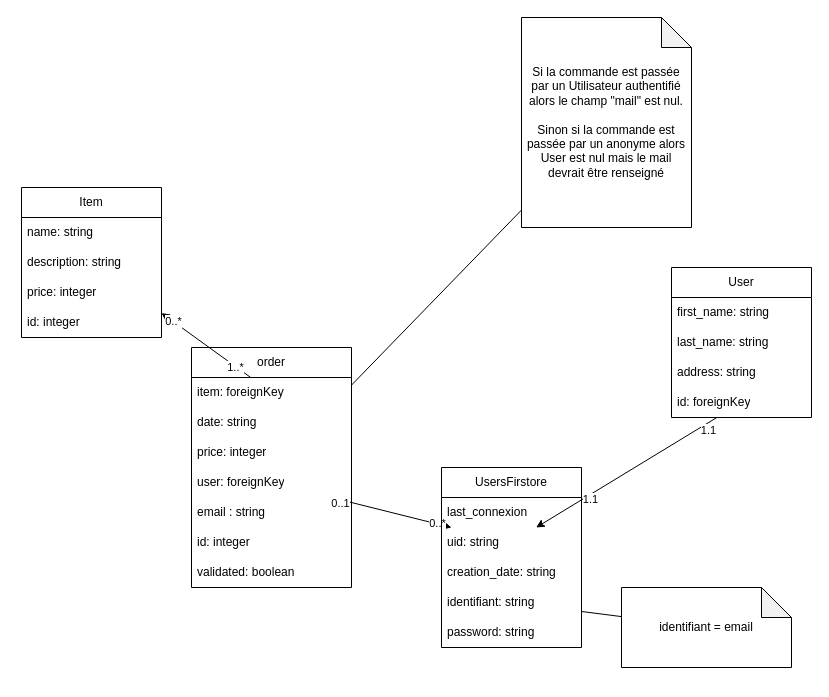
Before: mdd.drawio in LouisMaupas/ecom, a draw.io diagram. Source tidied: cells renumbered, new cells numbered last; positions are measured from the earlier drawing's top-left corner, leaving out a move shared by most shapes. Both pictures are drawn from the tidied source at 100%, with x=0, y=0 at pixel (21, 17).
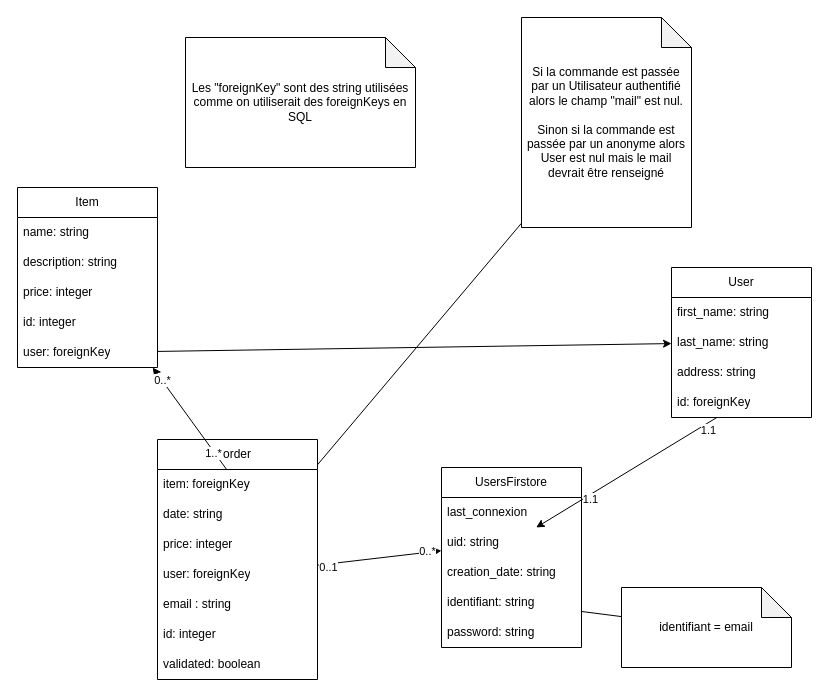
The same diagram, later.

Commit message:
fix: add userId for item + add doc.drawio

Unchanged cells that the change refers to:
```xml
<mxCell id="7" value="User" style="swimlane;fontStyle=0;horizontal=1;startSize=30;whiteSpace=wrap;html=1;" parent="1" vertex="1">
  <mxGeometry x="650" y="250" width="140" height="150" as="geometry" />
</mxCell>
```

Diff of the diagram source:
```diff
@@
     <mxCell id="2" value="Item" style="swimlane;fontStyle=0;horizontal=1;startSize=30;whiteSpace=wrap;html=1;" parent="1" vertex="1">
-      <mxGeometry y="170" width="140" height="150" as="geometry" />
+      <mxGeometry x="-4" y="170" width="140" height="180" as="geometry" />
     </mxCell>
@@
+    <mxCell id="39" value="user: foreignKey" style="text;strokeColor=none;fillColor=none;align=left;verticalAlign=middle;spacingLeft=4;spacingRight=4;overflow=hidden;points=[[0,0.5],[1,0.5]];portConstraint=eastwest;whiteSpace=wrap;html=1;" parent="2" vertex="1">
+      <mxGeometry y="150" width="140" height="30" as="geometry" />
+    </mxCell>
@@
     <mxCell id="12" value="order" style="swimlane;fontStyle=0;horizontal=1;startSize=30;whiteSpace=wrap;html=1;" parent="1" vertex="1">
-      <mxGeometry x="170" y="330" width="160" height="240" as="geometry" />
+      <mxGeometry x="136" y="422" width="160" height="240" as="geometry" />
     </mxCell>
@@
+    <mxCell id="40" style="endArrow=classic;html=1;rounded=0;" parent="1" edge="1" source="39" target="7">
+      <mxGeometry relative="1" as="geometry" />
+    </mxCell>
+    <mxCell id="41" value="Les &quot;foreignKey&quot; sont des string utilisées comme on utiliserait des foreignKeys en SQL" style="shape=note;whiteSpace=wrap;html=1;backgroundOutline=1;darkOpacity=0.05;" parent="1" vertex="1">
+      <mxGeometry x="164" y="20" width="230" height="130" as="geometry" />
+    </mxCell>
```
